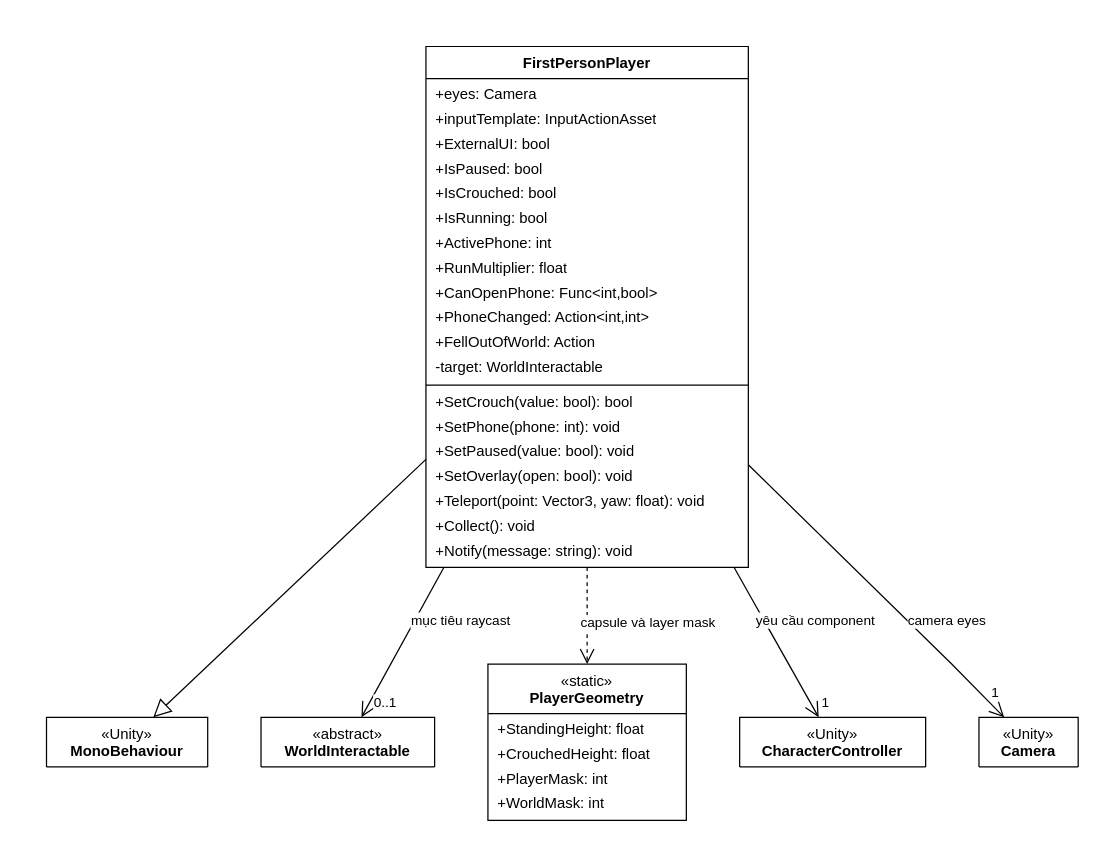
Earlier version of the draw.io diagram page "Nhân vật và camera" (1 of 9) of docs/thiet-ke/lop-game/luoc-do-lop-game.drawio (qivarnq3g/3-gio-12). Source tidied: cells renumbered, new cells numbered last; positions are measured from the earlier drawing's top-left corner, leaving out a move shared by most shapes. Both pictures are drawn from the tidied source at 124%, with x=0, y=0 at pixel (46, 46).
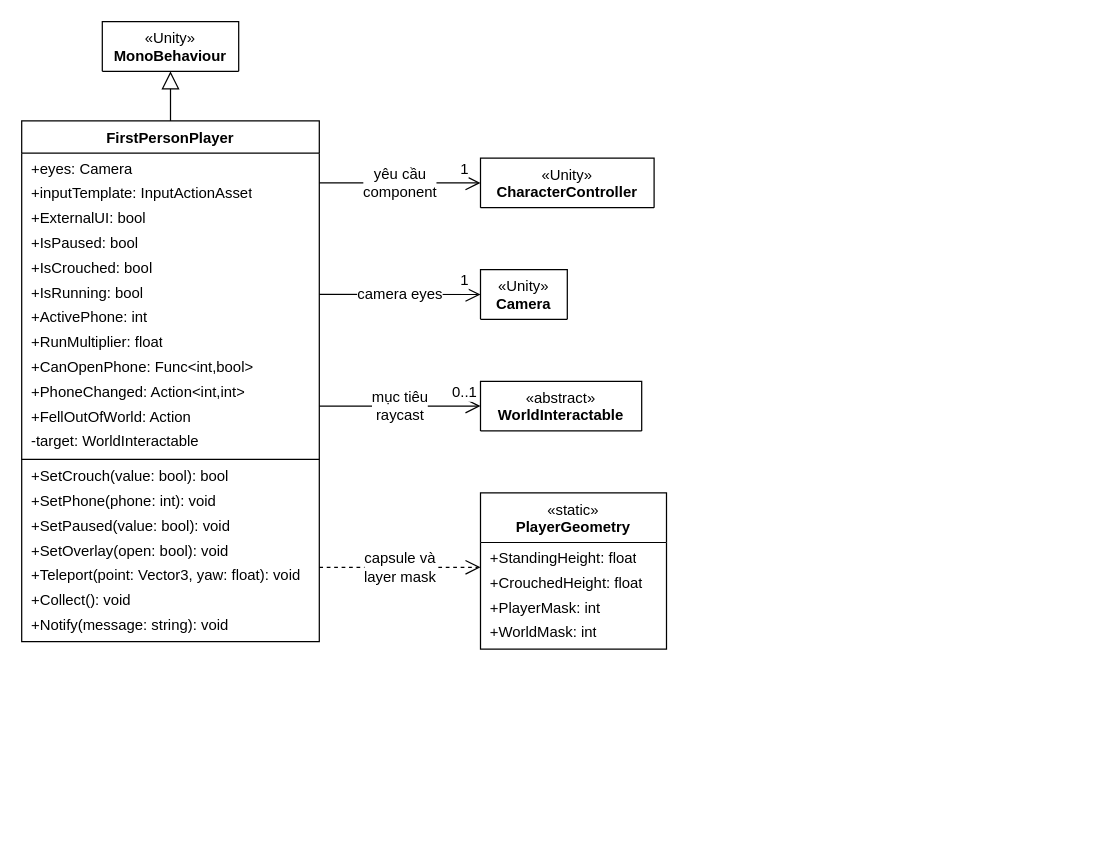
The same diagram, later.

Change to the diagram source:
```diff
@@
     <mxCell id="2" value="«Unity»&lt;br&gt;&lt;b&gt;MonoBehaviour&lt;/b&gt;" style="swimlane;fontStyle=0;html=1;align=center;verticalAlign=top;horizontal=1;startSize=40;whiteSpace=wrap;fontFamily=Arial;fontSize=12;fillColor=#ffffff;swimlaneFillColor=#ffffff;" parent="1" vertex="1">
-      <mxGeometry y="541" width="130" height="40" as="geometry" />
+      <mxGeometry x="45" y="-20" width="110" height="40" as="geometry" />
     </mxCell>
     <mxCell id="3" value="&lt;b&gt;FirstPersonPlayer&lt;/b&gt;" style="swimlane;fontStyle=0;html=1;align=center;verticalAlign=top;horizontal=1;startSize=26;whiteSpace=wrap;fontFamily=Arial;fontSize=12;fillColor=#ffffff;swimlaneFillColor=#ffffff;" parent="1" vertex="1">
-      <mxGeometry x="306" width="260" height="420" as="geometry" />
+      <mxGeometry x="-20" y="60" width="240" height="420" as="geometry" />
     </mxCell>
     <mxCell id="4" value="+eyes: Camera" style="text;strokeColor=none;fillColor=none;align=left;verticalAlign=middle;spacingLeft=6;spacingRight=4;overflow=hidden;html=1;fontFamily=Arial;fontSize=12;" parent="3" vertex="1">
-      <mxGeometry y="29" width="260" height="20" as="geometry" />
+      <mxGeometry y="29" width="240" height="20" as="geometry" />
     </mxCell>
     <mxCell id="5" value="+inputTemplate: InputActionAsset" style="text;strokeColor=none;fillColor=none;align=left;verticalAlign=middle;spacingLeft=6;spacingRight=4;overflow=hidden;html=1;fontFamily=Arial;fontSize=12;" parent="3" vertex="1">
-      <mxGeometry y="49" width="260" height="20" as="geometry" />
+      <mxGeometry y="49" width="240" height="20" as="geometry" />
     </mxCell>
     <mxCell id="6" value="+ExternalUI: bool" style="text;strokeColor=none;fillColor=none;align=left;verticalAlign=middle;spacingLeft=6;spacingRight=4;overflow=hidden;html=1;fontFamily=Arial;fontSize=12;" parent="3" vertex="1">
-      <mxGeometry y="69" width="260" height="20" as="geometry" />
+      <mxGeometry y="69" width="240" height="20" as="geometry" />
     </mxCell>
     <mxCell id="7" value="+IsPaused: bool" style="text;strokeColor=none;fillColor=none;align=left;verticalAlign=middle;spacingLeft=6;spacingRight=4;overflow=hidden;html=1;fontFamily=Arial;fontSize=12;" parent="3" vertex="1">
-      <mxGeometry y="89" width="260" height="20" as="geometry" />
+      <mxGeometry y="89" width="240" height="20" as="geometry" />
     </mxCell>
     <mxCell id="8" value="+IsCrouched: bool" style="text;strokeColor=none;fillColor=none;align=left;verticalAlign=middle;spacingLeft=6;spacingRight=4;overflow=hidden;html=1;fontFamily=Arial;fontSize=12;" parent="3" vertex="1">
-      <mxGeometry y="109" width="260" height="20" as="geometry" />
+      <mxGeometry y="109" width="240" height="20" as="geometry" />
     </mxCell>
     <mxCell id="9" value="+IsRunning: bool" style="text;strokeColor=none;fillColor=none;align=left;verticalAlign=middle;spacingLeft=6;spacingRight=4;overflow=hidden;html=1;fontFamily=Arial;fontSize=12;" parent="3" vertex="1">
-      <mxGeometry y="129" width="260" height="20" as="geometry" />
+      <mxGeometry y="129" width="240" height="20" as="geometry" />
     </mxCell>
     <mxCell id="10" value="+ActivePhone: int" style="text;strokeColor=none;fillColor=none;align=left;verticalAlign=middle;spacingLeft=6;spacingRight=4;overflow=hidden;html=1;fontFamily=Arial;fontSize=12;" parent="3" vertex="1">
-      <mxGeometry y="149" width="260" height="20" as="geometry" />
+      <mxGeometry y="149" width="240" height="20" as="geometry" />
     </mxCell>
     <mxCell id="11" value="+RunMultiplier: float" style="text;strokeColor=none;fillColor=none;align=left;verticalAlign=middle;spacingLeft=6;spacingRight=4;overflow=hidden;html=1;fontFamily=Arial;fontSize=12;" parent="3" vertex="1">
-      <mxGeometry y="169" width="260" height="20" as="geometry" />
+      <mxGeometry y="169" width="240" height="20" as="geometry" />
     </mxCell>
     <mxCell id="12" value="+CanOpenPhone: Func&amp;lt;int,bool&amp;gt;" style="text;strokeColor=none;fillColor=none;align=left;verticalAlign=middle;spacingLeft=6;spacingRight=4;overflow=hidden;html=1;fontFamily=Arial;fontSize=12;" parent="3" vertex="1">
-      <mxGeometry y="189" width="260" height="20" as="geometry" />
+      <mxGeometry y="189" width="240" height="20" as="geometry" />
     </mxCell>
     <mxCell id="13" value="+PhoneChanged: Action&amp;lt;int,int&amp;gt;" style="text;strokeColor=none;fillColor=none;align=left;verticalAlign=middle;spacingLeft=6;spacingRight=4;overflow=hidden;html=1;fontFamily=Arial;fontSize=12;" parent="3" vertex="1">
-      <mxGeometry y="209" width="260" height="20" as="geometry" />
+      <mxGeometry y="209" width="240" height="20" as="geometry" />
     </mxCell>
     <mxCell id="14" value="+FellOutOfWorld: Action" style="text;strokeColor=none;fillColor=none;align=left;verticalAlign=middle;spacingLeft=6;spacingRight=4;overflow=hidden;html=1;fontFamily=Arial;fontSize=12;" parent="3" vertex="1">
-      <mxGeometry y="229" width="260" height="20" as="geometry" />
+      <mxGeometry y="229" width="240" height="20" as="geometry" />
     </mxCell>
     <mxCell id="15" value="-target: WorldInteractable" style="text;strokeColor=none;fillColor=none;align=left;verticalAlign=middle;spacingLeft=6;spacingRight=4;overflow=hidden;html=1;fontFamily=Arial;fontSize=12;" parent="3" vertex="1">
-      <mxGeometry y="249" width="260" height="20" as="geometry" />
+      <mxGeometry y="249" width="240" height="20" as="geometry" />
     </mxCell>
-    <mxCell id="16" style="line;strokeWidth=1;fillColor=none;align=left;verticalAlign=middle;spacingTop=-1;spacingLeft=3;spacingRight=3;labelPosition=right;" parent="3" vertex="1">
-      <mxGeometry y="269" width="260" height="8" as="geometry" />
-    </mxCell>
+    <mxCell id="40" style="line;strokeWidth=1;fillColor=none;align=left;verticalAlign=middle;spacingTop=-1;spacingLeft=3;spacingRight=3;labelPosition=right;" parent="3" vertex="1">
+      <mxGeometry y="269" width="240" height="8" as="geometry" />
+    </mxCell>
     <mxCell id="17" value="+SetCrouch(value: bool): bool" style="text;strokeColor=none;fillColor=none;align=left;verticalAlign=middle;spacingLeft=6;spacingRight=4;overflow=hidden;html=1;fontFamily=Arial;fontSize=12;" parent="3" vertex="1">
-      <mxGeometry y="277" width="260" height="20" as="geometry" />
+      <mxGeometry y="277" width="240" height="20" as="geometry" />
     </mxCell>
     <mxCell id="18" value="+SetPhone(phone: int): void" style="text;strokeColor=none;fillColor=none;align=left;verticalAlign=middle;spacingLeft=6;spacingRight=4;overflow=hidden;html=1;fontFamily=Arial;fontSize=12;" parent="3" vertex="1">
-      <mxGeometry y="297" width="260" height="20" as="geometry" />
+      <mxGeometry y="297" width="240" height="20" as="geometry" />
     </mxCell>
     <mxCell id="19" value="+SetPaused(value: bool): void" style="text;strokeColor=none;fillColor=none;align=left;verticalAlign=middle;spacingLeft=6;spacingRight=4;overflow=hidden;html=1;fontFamily=Arial;fontSize=12;" parent="3" vertex="1">
-      <mxGeometry y="317" width="260" height="20" as="geometry" />
+      <mxGeometry y="317" width="240" height="20" as="geometry" />
     </mxCell>
     <mxCell id="20" value="+SetOverlay(open: bool): void" style="text;strokeColor=none;fillColor=none;align=left;verticalAlign=middle;spacingLeft=6;spacingRight=4;overflow=hidden;html=1;fontFamily=Arial;fontSize=12;" parent="3" vertex="1">
-      <mxGeometry y="337" width="260" height="20" as="geometry" />
+      <mxGeometry y="337" width="240" height="20" as="geometry" />
     </mxCell>
     <mxCell id="21" value="+Teleport(point: Vector3, yaw: float): void" style="text;strokeColor=none;fillColor=none;align=left;verticalAlign=middle;spacingLeft=6;spacingRight=4;overflow=hidden;html=1;fontFamily=Arial;fontSize=12;" parent="3" vertex="1">
-      <mxGeometry y="357" width="260" height="20" as="geometry" />
+      <mxGeometry y="357" width="240" height="20" as="geometry" />
     </mxCell>
     <mxCell id="22" value="+Collect(): void" style="text;strokeColor=none;fillColor=none;align=left;verticalAlign=middle;spacingLeft=6;spacingRight=4;overflow=hidden;html=1;fontFamily=Arial;fontSize=12;" parent="3" vertex="1">
-      <mxGeometry y="377" width="260" height="20" as="geometry" />
+      <mxGeometry y="377" width="240" height="20" as="geometry" />
     </mxCell>
     <mxCell id="23" value="+Notify(message: string): void" style="text;strokeColor=none;fillColor=none;align=left;verticalAlign=middle;spacingLeft=6;spacingRight=4;overflow=hidden;html=1;fontFamily=Arial;fontSize=12;" parent="3" vertex="1">
-      <mxGeometry y="397" width="260" height="20" as="geometry" />
+      <mxGeometry y="397" width="240" height="20" as="geometry" />
     </mxCell>
+    <mxCell id="30" value="«Unity»&lt;br&gt;&lt;b&gt;CharacterController&lt;/b&gt;" style="swimlane;fontStyle=0;html=1;align=center;verticalAlign=top;horizontal=1;startSize=40;whiteSpace=wrap;fontFamily=Arial;fontSize=12;fillColor=#ffffff;swimlaneFillColor=#ffffff;" parent="1" vertex="1">
+      <mxGeometry x="350" y="90" width="140" height="40" as="geometry" />
+    </mxCell>
+    <mxCell id="31" value="«Unity»&lt;br&gt;&lt;b&gt;Camera&lt;/b&gt;" style="swimlane;fontStyle=0;html=1;align=center;verticalAlign=top;horizontal=1;startSize=40;whiteSpace=wrap;fontFamily=Arial;fontSize=12;fillColor=#ffffff;swimlaneFillColor=#ffffff;" parent="1" vertex="1">
+      <mxGeometry x="350" y="180" width="70" height="40" as="geometry" />
+    </mxCell>
     <mxCell id="24" value="«abstract»&lt;br&gt;&lt;b&gt;WorldInteractable&lt;/b&gt;" style="swimlane;fontStyle=0;html=1;align=center;verticalAlign=top;horizontal=1;startSize=40;whiteSpace=wrap;fontFamily=Arial;fontSize=12;fillColor=#ffffff;swimlaneFillColor=#ffffff;" parent="1" vertex="1">
-      <mxGeometry x="173" y="541" width="140" height="40" as="geometry" />
+      <mxGeometry x="350" y="270" width="130" height="40" as="geometry" />
     </mxCell>
     <mxCell id="25" value="«static»&lt;br&gt;&lt;b&gt;PlayerGeometry&lt;/b&gt;" style="swimlane;fontStyle=0;html=1;align=center;verticalAlign=top;horizontal=1;startSize=40;whiteSpace=wrap;fontFamily=Arial;fontSize=12;fillColor=#ffffff;swimlaneFillColor=#ffffff;" parent="1" vertex="1">
-      <mxGeometry x="356" y="498" width="160" height="126" as="geometry" />
+      <mxGeometry x="350" y="360" width="150" height="126" as="geometry" />
     </mxCell>
     <mxCell id="26" value="+StandingHeight: float" style="text;strokeColor=none;fillColor=none;align=left;verticalAlign=middle;spacingLeft=6;spacingRight=4;overflow=hidden;html=1;fontFamily=Arial;fontSize=12;" parent="25" vertex="1">
-      <mxGeometry y="43" width="160" height="20" as="geometry" />
+      <mxGeometry y="43" width="150" height="20" as="geometry" />
     </mxCell>
     <mxCell id="27" value="+CrouchedHeight: float" style="text;strokeColor=none;fillColor=none;align=left;verticalAlign=middle;spacingLeft=6;spacingRight=4;overflow=hidden;html=1;fontFamily=Arial;fontSize=12;" parent="25" vertex="1">
-      <mxGeometry y="63" width="160" height="20" as="geometry" />
+      <mxGeometry y="63" width="150" height="20" as="geometry" />
     </mxCell>
     <mxCell id="28" value="+PlayerMask: int" style="text;strokeColor=none;fillColor=none;align=left;verticalAlign=middle;spacingLeft=6;spacingRight=4;overflow=hidden;html=1;fontFamily=Arial;fontSize=12;" parent="25" vertex="1">
-      <mxGeometry y="83" width="160" height="20" as="geometry" />
+      <mxGeometry y="83" width="150" height="20" as="geometry" />
     </mxCell>
     <mxCell id="29" value="+WorldMask: int" style="text;strokeColor=none;fillColor=none;align=left;verticalAlign=middle;spacingLeft=6;spacingRight=4;overflow=hidden;html=1;fontFamily=Arial;fontSize=12;" parent="25" vertex="1">
-      <mxGeometry y="103" width="160" height="20" as="geometry" />
+      <mxGeometry y="103" width="150" height="20" as="geometry" />
     </mxCell>
-    <mxCell id="30" value="«Unity»&lt;br&gt;&lt;b&gt;CharacterController&lt;/b&gt;" style="swimlane;fontStyle=0;html=1;align=center;verticalAlign=top;horizontal=1;startSize=40;whiteSpace=wrap;fontFamily=Arial;fontSize=12;fillColor=#ffffff;swimlaneFillColor=#ffffff;" parent="1" vertex="1">
-      <mxGeometry x="559" y="541" width="150" height="40" as="geometry" />
-    </mxCell>
-    <mxCell id="31" value="«Unity»&lt;br&gt;&lt;b&gt;Camera&lt;/b&gt;" style="swimlane;fontStyle=0;html=1;align=center;verticalAlign=top;horizontal=1;startSize=40;whiteSpace=wrap;fontFamily=Arial;fontSize=12;fillColor=#ffffff;swimlaneFillColor=#ffffff;" parent="1" vertex="1">
-      <mxGeometry x="752" y="541" width="80" height="40" as="geometry" />
-    </mxCell>
-    <mxCell id="32" style="html=1;rounded=0;fontFamily=Arial;fontSize=11;labelBackgroundColor=#ffffff;endArrow=block;endFill=0;endSize=12;" parent="1" edge="1" source="3" target="2">
+    <mxCell id="32" style="html=1;fontFamily=Arial;endArrow=block;endFill=0;endSize=12;edgeStyle=orthogonalEdgeStyle;rounded=0;fontSize=12;labelBackgroundColor=#ffffff;exitY=0;exitX=0.5;entryY=1;entryX=0.5;exitPerimeter=0;entryPerimeter=0;" parent="1" edge="1" source="3" target="2">
       <mxGeometry relative="1" as="geometry" />
     </mxCell>
-    <mxCell id="33" value="yêu cầu component" style="html=1;rounded=0;fontFamily=Arial;fontSize=11;labelBackgroundColor=#ffffff;endArrow=open;endFill=0;endSize=10;" parent="1" edge="1" source="3" target="30">
-      <mxGeometry relative="1" as="geometry">
-        <mxPoint x="32" y="-17" as="offset" />
-      </mxGeometry>
+    <mxCell id="33" value="yêu cầu&lt;br&gt;component" style="html=1;fontFamily=Arial;endArrow=open;endFill=0;endSize=10;edgeStyle=orthogonalEdgeStyle;rounded=0;fontSize=12;labelBackgroundColor=#ffffff;exitX=1;exitY=0.119;entryX=0;entryY=0.5;exitPerimeter=0;entryPerimeter=0;" parent="1" edge="1" source="3" target="30">
+      <mxGeometry relative="1" as="geometry" />
     </mxCell>
-    <mxCell id="34" value="1" style="html=1;align=center;verticalAlign=middle;fontFamily=Arial;fontSize=11;labelBackgroundColor=#ffffff;" parent="33" vertex="1">
-      <mxGeometry x="0.8" relative="1" as="geometry">
-        <mxPoint x="12" as="offset" />
-      </mxGeometry>
-    </mxCell>
+    <mxCell id="41" value="1" style="html=1;align=center;verticalAlign=middle;fontFamily=Arial;labelBackgroundColor=#ffffff;fontSize=12;" parent="33" vertex="1">
+      <mxGeometry x="0.8" relative="1" as="geometry">
+        <mxPoint y="-11" as="offset" />
+      </mxGeometry>
+    </mxCell>
-    <mxCell id="35" value="camera eyes" style="html=1;rounded=0;fontFamily=Arial;fontSize=11;labelBackgroundColor=#ffffff;endArrow=open;endFill=0;endSize=10;" parent="1" edge="1" source="3" target="31">
-      <mxGeometry relative="1" as="geometry">
-        <Array as="points">
-          <mxPoint x="730" y="498" />
-        </Array>
-        <mxPoint x="56" y="24" as="offset" />
-      </mxGeometry>
+    <mxCell id="35" value="camera eyes" style="html=1;fontFamily=Arial;endArrow=open;endFill=0;endSize=10;edgeStyle=orthogonalEdgeStyle;rounded=0;fontSize=12;labelBackgroundColor=#ffffff;exitX=1;exitY=0.3333;entryX=0;entryY=0.5;exitPerimeter=0;entryPerimeter=0;" parent="1" edge="1" source="3" target="31">
+      <mxGeometry relative="1" as="geometry" />
     </mxCell>
-    <mxCell id="36" value="1" style="html=1;align=center;verticalAlign=middle;fontFamily=Arial;fontSize=11;labelBackgroundColor=#ffffff;" parent="35" vertex="1">
-      <mxGeometry x="0.8" relative="1" as="geometry">
-        <mxPoint x="12" as="offset" />
-      </mxGeometry>
-    </mxCell>
+    <mxCell id="42" value="1" style="html=1;align=center;verticalAlign=middle;fontFamily=Arial;labelBackgroundColor=#ffffff;fontSize=12;" parent="35" vertex="1">
+      <mxGeometry x="0.8" relative="1" as="geometry">
+        <mxPoint y="-11" as="offset" />
+      </mxGeometry>
+    </mxCell>
-    <mxCell id="37" value="mục tiêu raycast" style="html=1;rounded=0;fontFamily=Arial;fontSize=11;labelBackgroundColor=#ffffff;endArrow=open;endFill=0;endSize=10;" parent="1" edge="1" source="3" target="24">
-      <mxGeometry relative="1" as="geometry">
-        <mxPoint x="47" y="-17" as="offset" />
-      </mxGeometry>
+    <mxCell id="37" value="mục tiêu&lt;br&gt;raycast" style="html=1;fontFamily=Arial;endArrow=open;endFill=0;endSize=10;edgeStyle=orthogonalEdgeStyle;rounded=0;fontSize=12;labelBackgroundColor=#ffffff;exitX=1;exitY=0.5476;entryX=0;entryY=0.5;exitPerimeter=0;entryPerimeter=0;" parent="1" edge="1" source="3" target="24">
+      <mxGeometry relative="1" as="geometry" />
     </mxCell>
-    <mxCell id="38" value="0..1" style="html=1;align=center;verticalAlign=middle;fontFamily=Arial;fontSize=11;labelBackgroundColor=#ffffff;" parent="37" vertex="1">
+    <mxCell id="38" value="0..1" style="html=1;align=center;verticalAlign=middle;fontFamily=Arial;labelBackgroundColor=#ffffff;fontSize=12;" parent="37" vertex="1">
       <mxGeometry x="0.8" relative="1" as="geometry">
-        <mxPoint x="12" as="offset" />
+        <mxPoint y="-11" as="offset" />
       </mxGeometry>
     </mxCell>
-    <mxCell id="39" value="capsule và layer mask" style="html=1;rounded=0;fontFamily=Arial;fontSize=11;labelBackgroundColor=#ffffff;endArrow=open;endFill=0;endSize=10;dashed=1;" parent="1" edge="1" source="3" target="25">
-      <mxGeometry relative="1" as="geometry">
-        <mxPoint x="49" y="6" as="offset" />
-      </mxGeometry>
+    <mxCell id="39" value="capsule và&lt;br&gt;layer mask" style="html=1;fontFamily=Arial;endArrow=open;endFill=0;endSize=10;dashed=1;edgeStyle=orthogonalEdgeStyle;rounded=0;fontSize=12;labelBackgroundColor=#ffffff;exitX=1;exitY=0.8571;entryX=0;entryY=0.4762;exitPerimeter=0;entryPerimeter=0;" parent="1" edge="1" source="3" target="25">
+      <mxGeometry relative="1" as="geometry" />
     </mxCell>
```
